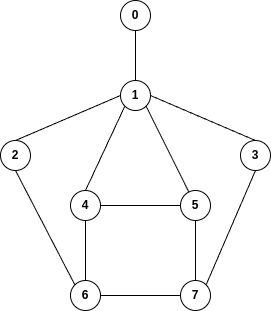
Above: pictures/at-free-graph.png in DimitrisSintos/AT-free_Thesis_Latex (draw.io), before the change. Source tidied: cells renumbered, new cells last; positions are measured from the earlier drawing's top-left corner, leaving out a move shared by most shapes. Its diagram source:
```xml
<mxGraphModel>
  <root>
    <mxCell id="0" />
    <mxCell id="1" parent="0" />
    <mxCell id="2" style="rounded=1;jettySize=auto;html=1;entryX=0.5;entryY=0;entryDx=0;entryDy=0;endArrow=none;endFill=0;exitX=1;exitY=0.5;exitDx=0;exitDy=0;" parent="1" edge="1" source="4" target="6">
      <mxGeometry relative="1" as="geometry" />
    </mxCell>
    <mxCell id="3" style="rounded=0;jettySize=auto;html=1;entryX=0.5;entryY=0;entryDx=0;entryDy=0;endArrow=none;endFill=0;exitX=0;exitY=1;exitDx=0;exitDy=0;" parent="1" edge="1" source="4" target="8">
      <mxGeometry relative="1" as="geometry" />
    </mxCell>
    <mxCell id="4" value="&lt;b&gt;1&lt;/b&gt;" style="ellipse;whiteSpace=wrap;html=1;" parent="1" vertex="1">
      <mxGeometry x="120" y="80" width="30" height="30" as="geometry" />
    </mxCell>
    <mxCell id="5" value="&lt;b&gt;2&lt;/b&gt;" style="ellipse;whiteSpace=wrap;html=1;" parent="1" vertex="1">
      <mxGeometry y="140" width="30" height="30" as="geometry" />
    </mxCell>
    <mxCell id="6" value="&lt;b&gt;3&lt;/b&gt;" style="ellipse;whiteSpace=wrap;html=1;" parent="1" vertex="1">
      <mxGeometry x="240" y="140" width="30" height="30" as="geometry" />
    </mxCell>
    <mxCell id="7" style="edgeStyle=orthogonalEdgeStyle;rounded=0;jettySize=auto;html=1;entryX=0;entryY=0.5;entryDx=0;entryDy=0;endArrow=none;endFill=0;" parent="1" edge="1" source="8" target="9">
      <mxGeometry relative="1" as="geometry" />
    </mxCell>
    <mxCell id="8" value="&lt;b&gt;4&lt;/b&gt;" style="ellipse;whiteSpace=wrap;html=1;" parent="1" vertex="1">
      <mxGeometry x="70" y="190" width="30" height="30" as="geometry" />
    </mxCell>
    <mxCell id="9" value="&lt;b&gt;5&lt;/b&gt;" style="ellipse;whiteSpace=wrap;html=1;" parent="1" vertex="1">
      <mxGeometry x="180" y="190" width="30" height="30" as="geometry" />
    </mxCell>
    <mxCell id="10" style="rounded=0;jettySize=auto;html=1;endArrow=none;endFill=0;" parent="1" edge="1" source="12" target="14">
      <mxGeometry relative="1" as="geometry" />
    </mxCell>
    <mxCell id="11" style="edgeStyle=orthogonalEdgeStyle;rounded=0;jettySize=auto;html=1;entryX=0.5;entryY=1;entryDx=0;entryDy=0;endArrow=none;endFill=0;" parent="1" edge="1" source="12" target="8">
      <mxGeometry relative="1" as="geometry" />
    </mxCell>
    <mxCell id="12" value="&lt;b&gt;6&lt;/b&gt;" style="ellipse;whiteSpace=wrap;html=1;" parent="1" vertex="1">
      <mxGeometry x="70" y="280" width="30" height="30" as="geometry" />
    </mxCell>
    <mxCell id="13" style="edgeStyle=orthogonalEdgeStyle;rounded=0;jettySize=auto;html=1;entryX=0.5;entryY=1;entryDx=0;entryDy=0;endArrow=none;endFill=0;" parent="1" edge="1" source="14" target="9">
      <mxGeometry relative="1" as="geometry" />
    </mxCell>
    <mxCell id="14" value="&lt;b&gt;7&lt;/b&gt;" style="ellipse;whiteSpace=wrap;html=1;" parent="1" vertex="1">
      <mxGeometry x="180" y="280" width="30" height="30" as="geometry" />
    </mxCell>
    <mxCell id="15" style="rounded=0;jettySize=auto;html=1;endArrow=none;endFill=0;" parent="1" edge="1" source="16" target="4">
      <mxGeometry relative="1" as="geometry" />
    </mxCell>
    <mxCell id="16" value="&lt;b&gt;0&lt;/b&gt;" style="ellipse;whiteSpace=wrap;html=1;align=center;" parent="1" vertex="1">
      <mxGeometry x="120" width="30" height="30" as="geometry" />
    </mxCell>
    <mxCell id="17" style="rounded=0;jettySize=auto;html=1;entryX=0.5;entryY=0;entryDx=0;entryDy=0;endArrow=none;endFill=0;exitX=0;exitY=0.5;exitDx=0;exitDy=0;" parent="1" edge="1" source="4" target="5">
      <mxGeometry relative="1" as="geometry" />
    </mxCell>
    <mxCell id="18" style="rounded=0;jettySize=auto;html=1;endArrow=none;endFill=0;exitX=1;exitY=1;exitDx=0;exitDy=0;" parent="1" edge="1" source="4">
      <mxGeometry relative="1" as="geometry">
        <mxPoint x="188.3" y="191.6" as="targetPoint" />
      </mxGeometry>
    </mxCell>
    <mxCell id="19" style="rounded=0;jettySize=auto;html=1;entryX=0;entryY=0;entryDx=0;entryDy=0;endArrow=none;endFill=0;exitX=0.5;exitY=1;exitDx=0;exitDy=0;" parent="1" edge="1" source="5" target="12">
      <mxGeometry relative="1" as="geometry" />
    </mxCell>
    <mxCell id="20" style="rounded=0;jettySize=auto;html=1;endArrow=none;endFill=0;exitX=0.5;exitY=1;exitDx=0;exitDy=0;entryX=1;entryY=0;entryDx=0;entryDy=0;" parent="1" edge="1" source="6" target="14">
      <mxGeometry relative="1" as="geometry" />
    </mxCell>
  </root>
</mxGraphModel>
```
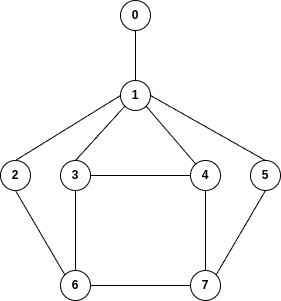
The same file after the commit.

Diff of the diagram source:
```diff
@@ -12,20 +12,17 @@
       <mxGeometry x="120" y="80" width="30" height="30" as="geometry" />
     </mxCell>
     <mxCell id="5" value="&lt;b&gt;2&lt;/b&gt;" style="ellipse;whiteSpace=wrap;html=1;" parent="1" vertex="1">
-      <mxGeometry y="140" width="30" height="30" as="geometry" />
+      <mxGeometry y="160" width="30" height="30" as="geometry" />
     </mxCell>
-    <mxCell id="6" value="&lt;b&gt;3&lt;/b&gt;" style="ellipse;whiteSpace=wrap;html=1;" parent="1" vertex="1">
-      <mxGeometry x="240" y="140" width="30" height="30" as="geometry" />
+    <mxCell id="6" value="&lt;b&gt;5&lt;/b&gt;" style="ellipse;whiteSpace=wrap;html=1;" parent="1" vertex="1">
+      <mxGeometry x="250" y="160" width="30" height="30" as="geometry" />
     </mxCell>
     <mxCell id="7" style="edgeStyle=orthogonalEdgeStyle;rounded=0;jettySize=auto;html=1;entryX=0;entryY=0.5;entryDx=0;entryDy=0;endArrow=none;endFill=0;" parent="1" edge="1" source="8" target="9">
       <mxGeometry relative="1" as="geometry" />
     </mxCell>
-    <mxCell id="8" value="&lt;b&gt;4&lt;/b&gt;" style="ellipse;whiteSpace=wrap;html=1;" parent="1" vertex="1">
-      <mxGeometry x="70" y="190" width="30" height="30" as="geometry" />
+    <mxCell id="8" value="&lt;b&gt;3&lt;/b&gt;" style="ellipse;whiteSpace=wrap;html=1;" parent="1" vertex="1">
+      <mxGeometry x="60" y="160" width="30" height="30" as="geometry" />
     </mxCell>
-    <mxCell id="9" value="&lt;b&gt;5&lt;/b&gt;" style="ellipse;whiteSpace=wrap;html=1;" parent="1" vertex="1">
-      <mxGeometry x="180" y="190" width="30" height="30" as="geometry" />
-    </mxCell>
     <mxCell id="10" style="rounded=0;jettySize=auto;html=1;endArrow=none;endFill=0;" parent="1" edge="1" source="12" target="14">
       <mxGeometry relative="1" as="geometry" />
     </mxCell>
@@ -33,13 +30,13 @@
       <mxGeometry relative="1" as="geometry" />
     </mxCell>
     <mxCell id="12" value="&lt;b&gt;6&lt;/b&gt;" style="ellipse;whiteSpace=wrap;html=1;" parent="1" vertex="1">
-      <mxGeometry x="70" y="280" width="30" height="30" as="geometry" />
+      <mxGeometry x="60" y="270" width="30" height="30" as="geometry" />
     </mxCell>
     <mxCell id="13" style="edgeStyle=orthogonalEdgeStyle;rounded=0;jettySize=auto;html=1;entryX=0.5;entryY=1;entryDx=0;entryDy=0;endArrow=none;endFill=0;" parent="1" edge="1" source="14" target="9">
       <mxGeometry relative="1" as="geometry" />
     </mxCell>
     <mxCell id="14" value="&lt;b&gt;7&lt;/b&gt;" style="ellipse;whiteSpace=wrap;html=1;" parent="1" vertex="1">
-      <mxGeometry x="180" y="280" width="30" height="30" as="geometry" />
+      <mxGeometry x="190" y="270" width="30" height="30" as="geometry" />
     </mxCell>
     <mxCell id="15" style="rounded=0;jettySize=auto;html=1;endArrow=none;endFill=0;" parent="1" edge="1" source="16" target="4">
       <mxGeometry relative="1" as="geometry" />
@@ -50,16 +47,17 @@
     <mxCell id="17" style="rounded=0;jettySize=auto;html=1;entryX=0.5;entryY=0;entryDx=0;entryDy=0;endArrow=none;endFill=0;exitX=0;exitY=0.5;exitDx=0;exitDy=0;" parent="1" edge="1" source="4" target="5">
       <mxGeometry relative="1" as="geometry" />
     </mxCell>
-    <mxCell id="18" style="rounded=0;jettySize=auto;html=1;endArrow=none;endFill=0;exitX=1;exitY=1;exitDx=0;exitDy=0;" parent="1" edge="1" source="4">
-      <mxGeometry relative="1" as="geometry">
-        <mxPoint x="188.3" y="191.6" as="targetPoint" />
-      </mxGeometry>
-    </mxCell>
     <mxCell id="19" style="rounded=0;jettySize=auto;html=1;entryX=0;entryY=0;entryDx=0;entryDy=0;endArrow=none;endFill=0;exitX=0.5;exitY=1;exitDx=0;exitDy=0;" parent="1" edge="1" source="5" target="12">
       <mxGeometry relative="1" as="geometry" />
     </mxCell>
     <mxCell id="20" style="rounded=0;jettySize=auto;html=1;endArrow=none;endFill=0;exitX=0.5;exitY=1;exitDx=0;exitDy=0;entryX=1;entryY=0;entryDx=0;entryDy=0;" parent="1" edge="1" source="6" target="14">
       <mxGeometry relative="1" as="geometry" />
     </mxCell>
+    <mxCell id="21" style="rounded=0;jettySize=auto;html=1;endArrow=none;endFill=0;exitX=1;exitY=1;exitDx=0;exitDy=0;" parent="1" edge="1" source="4" target="9">
+      <mxGeometry relative="1" as="geometry" />
+    </mxCell>
+    <mxCell id="9" value="&lt;b&gt;4&lt;/b&gt;" style="ellipse;whiteSpace=wrap;html=1;" parent="1" vertex="1">
+      <mxGeometry x="190" y="160" width="30" height="30" as="geometry" />
+    </mxCell>
   </root>
 </mxGraphModel>
```
